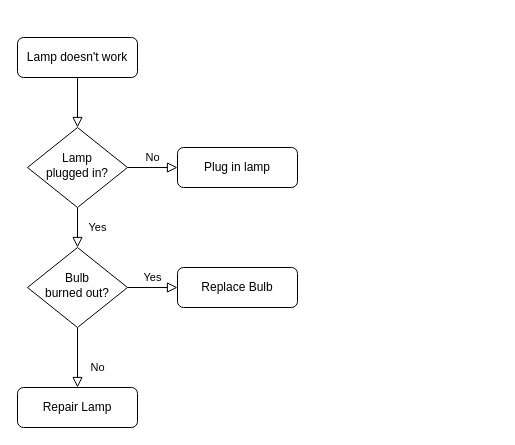
Above: 未命名绘图.drawio in hanfei101/LockFreeQueue (draw.io), before the change. Source tidied: cells renumbered, new cells numbered last; positions are measured from the earlier drawing's top-left corner, leaving out a move shared by most shapes. Both pictures are drawn from the tidied source at 100%, with x=0, y=0 at pixel (17, 37).
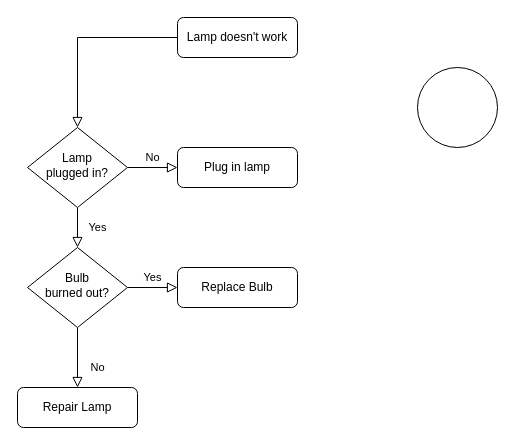
Above is the later version.

Commit message:
更新未命名绘图.drawio

Diff of the diagram source:
```diff
@@
 <mxGraphModel>
   <root>
     <mxCell id="0" />
     <mxCell id="1" parent="0" />
     <mxCell id="2" style="rounded=0;html=1;jettySize=auto;fontSize=11;endArrow=block;endFill=0;endSize=8;strokeWidth=1;shadow=0;labelBackgroundColor=none;edgeStyle=orthogonalEdgeStyle;" parent="1" edge="1" source="3" target="6">
       <mxGeometry relative="1" as="geometry" />
     </mxCell>
     <mxCell id="3" value="Lamp doesn't work" style="rounded=1;whiteSpace=wrap;html=1;fontSize=12;glass=0;strokeWidth=1;shadow=0;" parent="1" vertex="1">
-      <mxGeometry width="120" height="40" as="geometry" />
+      <mxGeometry x="160" y="-20" width="120" height="40" as="geometry" />
     </mxCell>
     <mxCell id="4" value="Yes" style="rounded=0;html=1;jettySize=auto;fontSize=11;endArrow=block;endFill=0;endSize=8;strokeWidth=1;shadow=0;labelBackgroundColor=none;edgeStyle=orthogonalEdgeStyle;" parent="1" edge="1" source="6" target="10">
       <mxGeometry y="20" relative="1" as="geometry" />
     </mxCell>
     <mxCell id="5" value="No" style="edgeStyle=orthogonalEdgeStyle;rounded=0;html=1;jettySize=auto;fontSize=11;endArrow=block;endFill=0;endSize=8;strokeWidth=1;shadow=0;labelBackgroundColor=none;" parent="1" edge="1" source="6" target="7">
       <mxGeometry y="10" relative="1" as="geometry" />
     </mxCell>
     <mxCell id="6" value="Lamp&lt;br&gt;plugged in?" style="rhombus;whiteSpace=wrap;html=1;shadow=0;fontFamily=Helvetica;fontSize=12;align=center;strokeWidth=1;spacing=6;spacingTop=-4;" parent="1" vertex="1">
       <mxGeometry x="10" y="90" width="100" height="80" as="geometry" />
     </mxCell>
     <mxCell id="7" value="Plug in lamp" style="rounded=1;whiteSpace=wrap;html=1;fontSize=12;glass=0;strokeWidth=1;shadow=0;" parent="1" vertex="1">
       <mxGeometry x="160" y="110" width="120" height="40" as="geometry" />
     </mxCell>
     <mxCell id="8" value="No" style="rounded=0;html=1;jettySize=auto;fontSize=11;endArrow=block;endFill=0;endSize=8;strokeWidth=1;shadow=0;labelBackgroundColor=none;edgeStyle=orthogonalEdgeStyle;" parent="1" edge="1" source="10" target="11">
       <mxGeometry x="0.33" y="20" relative="1" as="geometry" />
     </mxCell>
     <mxCell id="9" value="Yes" style="edgeStyle=orthogonalEdgeStyle;rounded=0;html=1;jettySize=auto;fontSize=11;endArrow=block;endFill=0;endSize=8;strokeWidth=1;shadow=0;labelBackgroundColor=none;" parent="1" edge="1" source="10" target="12">
       <mxGeometry y="10" relative="1" as="geometry" />
     </mxCell>
     <mxCell id="10" value="Bulb&lt;br&gt;burned out?" style="rhombus;whiteSpace=wrap;html=1;shadow=0;fontFamily=Helvetica;fontSize=12;align=center;strokeWidth=1;spacing=6;spacingTop=-4;" parent="1" vertex="1">
       <mxGeometry x="10" y="210" width="100" height="80" as="geometry" />
     </mxCell>
     <mxCell id="11" value="Repair Lamp" style="rounded=1;whiteSpace=wrap;html=1;fontSize=12;glass=0;strokeWidth=1;shadow=0;" parent="1" vertex="1">
       <mxGeometry y="350" width="120" height="40" as="geometry" />
     </mxCell>
     <mxCell id="12" value="Replace Bulb" style="rounded=1;whiteSpace=wrap;html=1;fontSize=12;glass=0;strokeWidth=1;shadow=0;" parent="1" vertex="1">
       <mxGeometry x="160" y="230" width="120" height="40" as="geometry" />
     </mxCell>
+    <mxCell id="13" style="ellipse;whiteSpace=wrap;html=1;" parent="1" vertex="1">
+      <mxGeometry x="400" y="30" width="80" height="80" as="geometry" />
+    </mxCell>
   </root>
 </mxGraphModel>
```
